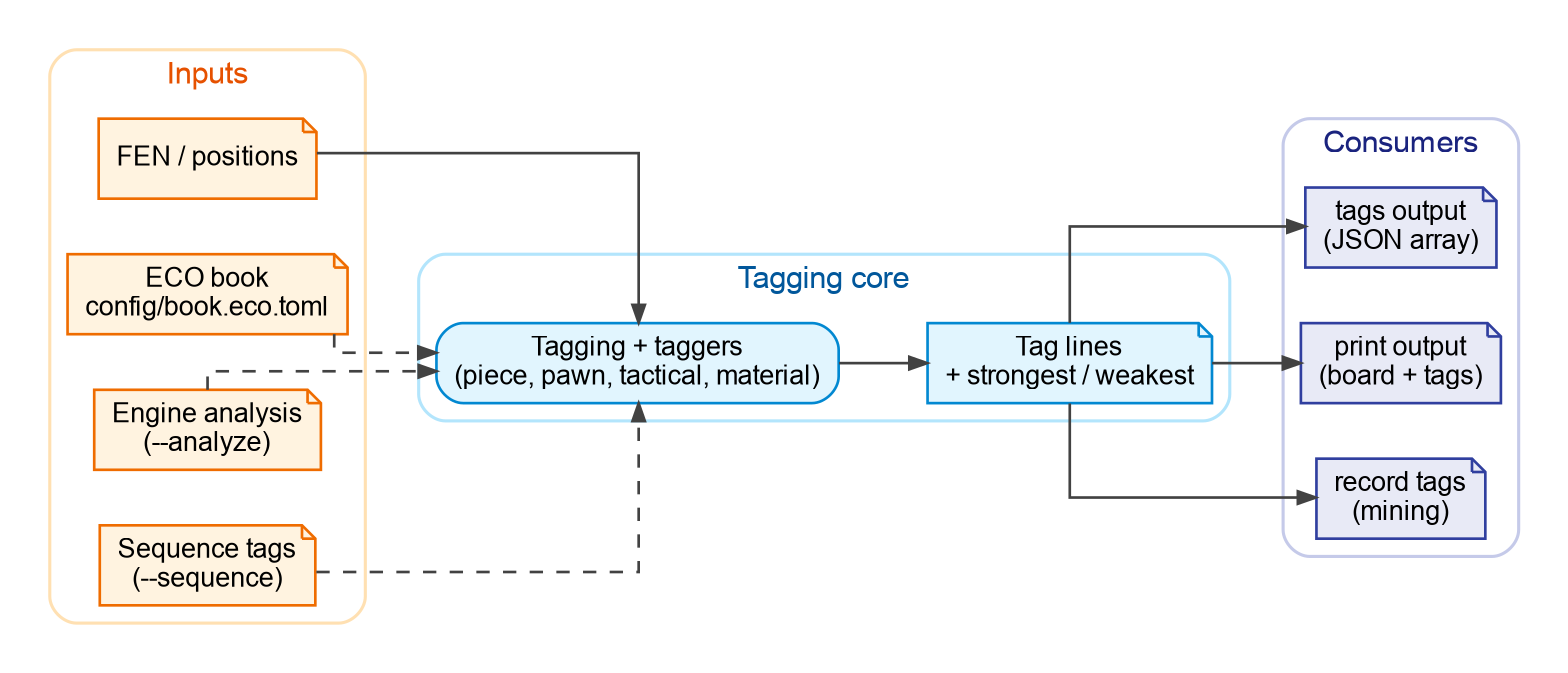
Earlier version of the Graphviz export assets/diagrams/crtk-tagging-flow.png (LenniAConrad/chess-rtk). Its source is kept beside it as assets/diagrams/crtk-tagging-flow.dot. Its diagram source:
```dot
digraph crtk_tagging_flow {
  rankdir=LR;
  bgcolor="transparent";
  splines=ortho;
  pad="0.20";
  nodesep="0.35";
  ranksep="0.55";

  graph [fontname="Helvetica", fontsize=14];
  node  [fontname="Helvetica", fontsize=12];
  edge  [fontname="Helvetica", fontsize=10, color="#424242", arrowsize=0.8, penwidth=1.2];

  subgraph cluster_input {
    label="Inputs";
    style="rounded";
    color="#FFE0B2";
    fontcolor="#E65100";
    penwidth=1.4;

    node [shape=note, style="filled", fillcolor="#FFF3E0", color="#EF6C00", penwidth=1.2];
    fen [label="FEN / positions"];
    eco [label="ECO book\nconfig/book.eco.toml"];
    analysis [label="Engine analysis\n(--analyze)"];
    sequence [label="Sequence tags\n(--sequence)"];
  }

  subgraph cluster_tagging {
    label="Tagging core";
    style="rounded";
    color="#B3E5FC";
    fontcolor="#01579B";
    penwidth=1.4;

    node [shape=box, style="rounded,filled", fillcolor="#E1F5FE", color="#0288D1", penwidth=1.2];
    tagging [label="Tagging + taggers\n(piece, pawn, tactical, material)"];

    node [shape=note, style="filled", fillcolor="#E1F5FE", color="#0288D1", penwidth=1.2];
    tags [label="Tag lines\n+ strongest / weakest"];
  }

  subgraph cluster_outputs {
    label="Consumers";
    style="rounded";
    color="#C5CAE9";
    fontcolor="#1A237E";
    penwidth=1.4;

    node [shape=note, style="filled", fillcolor="#E8EAF6", color="#303F9F", penwidth=1.2];
    tags_cmd [label="tags output\n(JSON array)"];
    print_cmd [label="print output\n(board + tags)"];
    records [label="record tags\n(mining)"];
  }

  fen -> tagging;
  eco -> tagging [style=dashed];
  analysis -> tagging [style=dashed];
  sequence -> tagging [style=dashed];
  tagging -> tags;
  tags -> tags_cmd;
  tags -> print_cmd;
  tags -> records;
}
```
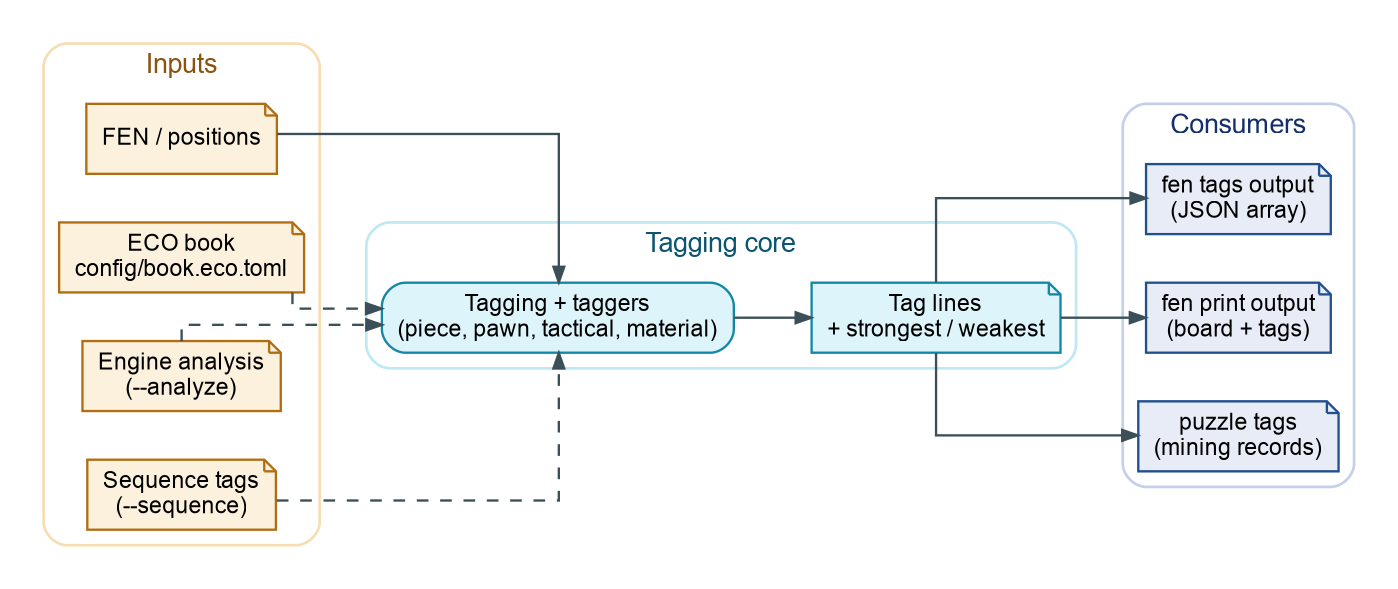
After the change.

Change to the diagram source:
```diff
@@ -1,6 +1,6 @@
 digraph crtk_tagging_flow {
   rankdir=LR;
-  bgcolor="transparent";
+  bgcolor="#ffffff";
   splines=ortho;
   pad="0.20";
   nodesep="0.35";
@@ -8,16 +8,16 @@
 
   graph [fontname="Helvetica", fontsize=14];
   node  [fontname="Helvetica", fontsize=12];
-  edge  [fontname="Helvetica", fontsize=10, color="#424242", arrowsize=0.8, penwidth=1.2];
+  edge  [fontname="Helvetica", fontsize=10, color="#3a4f57", arrowsize=0.8, penwidth=1.2];
 
   subgraph cluster_input {
     label="Inputs";
     style="rounded";
-    color="#FFE0B2";
-    fontcolor="#E65100";
+    color="#f6ddb4";
+    fontcolor="#8a5410";
     penwidth=1.4;
 
-    node [shape=note, style="filled", fillcolor="#FFF3E0", color="#EF6C00", penwidth=1.2];
+    node [shape=note, style="filled", fillcolor="#fbf1dd", color="#b06d12", penwidth=1.2];
     fen [label="FEN / positions"];
     eco [label="ECO book\nconfig/book.eco.toml"];
     analysis [label="Engine analysis\n(--analyze)"];
@@ -27,28 +27,28 @@
   subgraph cluster_tagging {
     label="Tagging core";
     style="rounded";
-    color="#B3E5FC";
-    fontcolor="#01579B";
+    color="#bfe8f3";
+    fontcolor="#0c5570";
     penwidth=1.4;
 
-    node [shape=box, style="rounded,filled", fillcolor="#E1F5FE", color="#0288D1", penwidth=1.2];
+    node [shape=box, style="rounded,filled", fillcolor="#def4fb", color="#1487a6", penwidth=1.2];
     tagging [label="Tagging + taggers\n(piece, pawn, tactical, material)"];
 
-    node [shape=note, style="filled", fillcolor="#E1F5FE", color="#0288D1", penwidth=1.2];
+    node [shape=note, style="filled", fillcolor="#def4fb", color="#1487a6", penwidth=1.2];
     tags [label="Tag lines\n+ strongest / weakest"];
   }
 
   subgraph cluster_outputs {
     label="Consumers";
     style="rounded";
-    color="#C5CAE9";
-    fontcolor="#1A237E";
+    color="#c4d0ea";
+    fontcolor="#14306a";
     penwidth=1.4;
 
-    node [shape=note, style="filled", fillcolor="#E8EAF6", color="#303F9F", penwidth=1.2];
-    tags_cmd [label="tags output\n(JSON array)"];
-    print_cmd [label="print output\n(board + tags)"];
-    records [label="record tags\n(mining)"];
+    node [shape=note, style="filled", fillcolor="#e7ecf6", color="#21508f", penwidth=1.2];
+    tags_cmd [label="fen tags output\n(JSON array)"];
+    print_cmd [label="fen print output\n(board + tags)"];
+    records [label="puzzle tags\n(mining records)"];
   }
 
   fen -> tagging;
```
